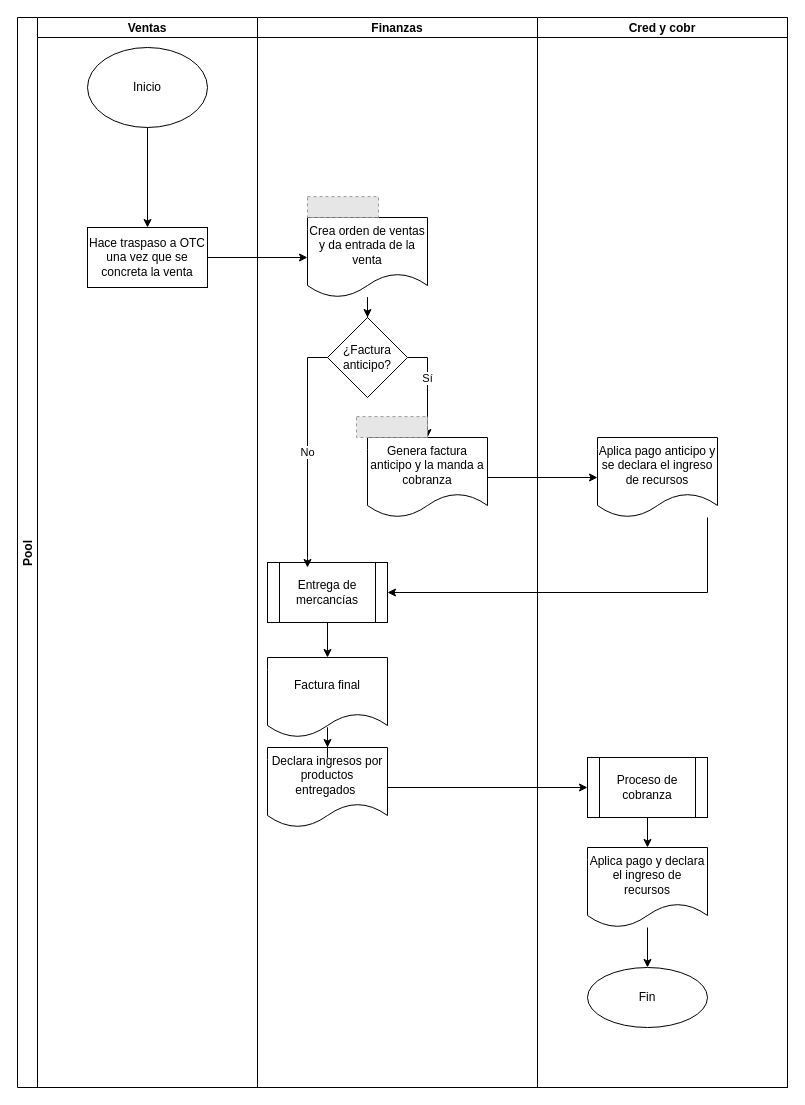
This is page "Ventas" (1 of 3) of Proceso finanzas.drawio from FerAran/Flowchart, a draw.io file, before an edit. Source tidied: cells renumbered, new cells numbered last; positions are measured from the earlier drawing's top-left corner, leaving out a move shared by most shapes. Both pictures are drawn from the tidied source at 100%, with x=0, y=0 at pixel (17, 17). Pictures stored in the file or linked from it are replaced by grey dashed boxes.
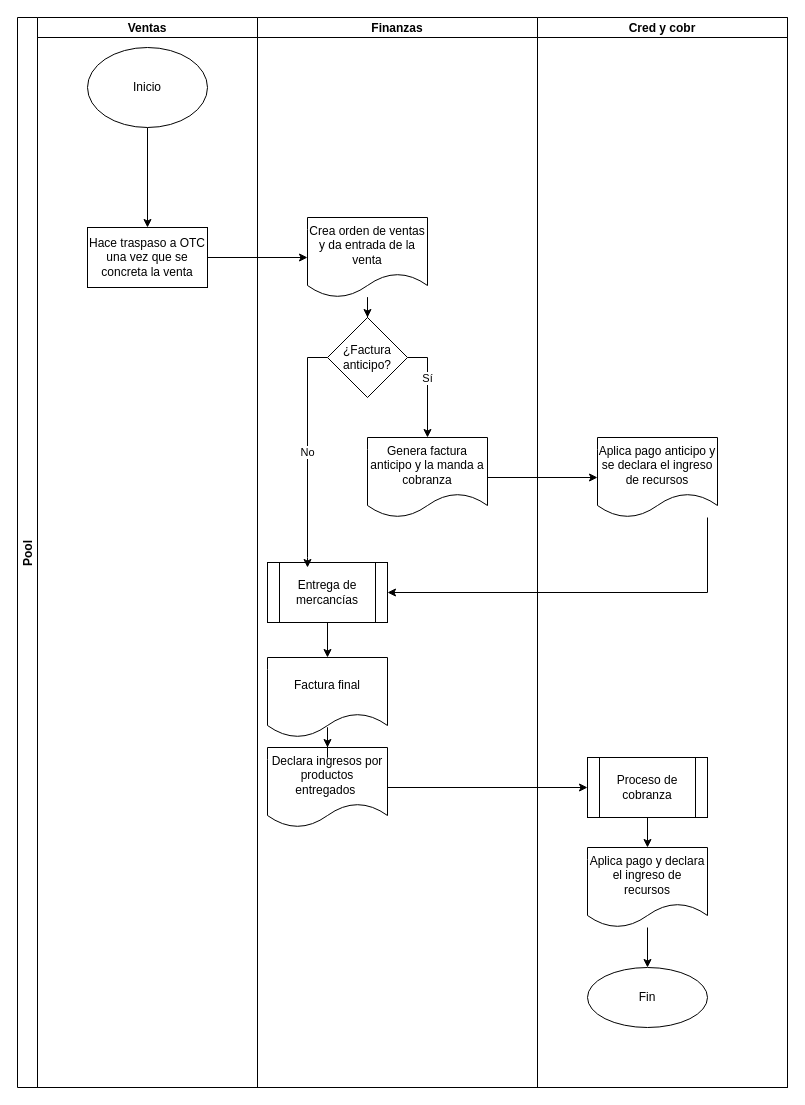
The same diagram, later.

The change refers to these unchanged cells:
```xml
<mxCell id="7" value="Finanzas" style="swimlane;startSize=20;" parent="2" vertex="1">
  <mxGeometry x="240" width="280" height="1070" as="geometry" />
</mxCell>
```

Change to the diagram source:
```diff
@@
-    <mxCell id="14" style="fillColor=#E6E6E6;strokeColor=#999999;dashed=1;verticalLabelPosition=bottom;labelBackgroundColor=default;verticalAlign=top;" parent="7" vertex="1">
-      <mxGeometry x="50" y="179.1" width="71" height="20.9" as="geometry" />
-    </mxCell>
-    <mxCell id="15" style="fillColor=#E6E6E6;strokeColor=#999999;dashed=1;verticalLabelPosition=bottom;labelBackgroundColor=default;verticalAlign=top;" parent="7" vertex="1">
-      <mxGeometry x="99" y="399.1" width="71" height="20.9" as="geometry" />
-    </mxCell>
```
